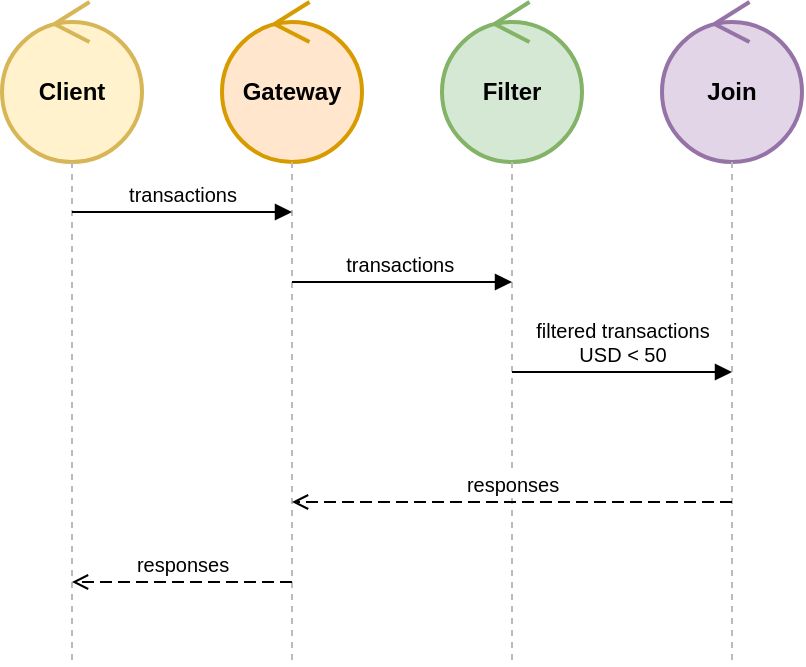
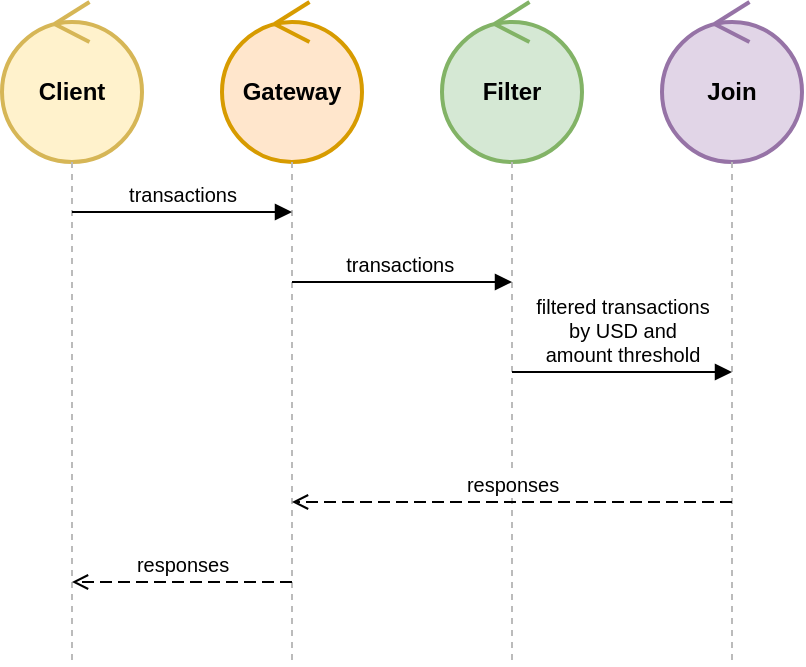
- <mxfile host="Electron">
+ <mxfile host="Electron" agent="Mozilla/5.0 (X11; Linux x86_64) AppleWebKit/537.36 (KHTML, like Gecko) draw.io/29.6.1 Chrome/142.0.7444.265 Electron/39.5.2 Safari/537.36" version="29.6.1">
  <diagram id="4eN0XB-g2W9Q-yjO4qrY" name="Página-1">
-     <mxGraphModel dx="1139" dy="539" grid="1" gridSize="10" guides="1" tooltips="1" connect="1" arrows="1" fold="1" page="1" pageScale="1" pageWidth="1654" pageHeight="1169" math="0" shadow="0">
+     <mxGraphModel dx="712" dy="486" grid="1" gridSize="10" guides="1" tooltips="1" connect="1" arrows="1" fold="1" page="1" pageScale="1" pageWidth="1654" pageHeight="1169" math="0" shadow="0">
      <root>
        <mxCell id="0" />
        <mxCell id="1" parent="0" />
        <mxCell id="2" parent="1" style="ellipse;shape=umlControl;whiteSpace=wrap;html=1;strokeWidth=2;fillColor=#fff2cc;strokeColor=#d6b656;" value="&lt;b&gt;Client&lt;/b&gt;" vertex="1">
          <mxGeometry height="80" width="70" x="40" y="15" as="geometry" />
        </mxCell>
        <mxCell id="3" parent="1" style="ellipse;shape=umlControl;whiteSpace=wrap;html=1;strokeWidth=2;fillColor=#ffe6cc;strokeColor=#d79b00;" value="&lt;b&gt;Gateway&lt;/b&gt;" vertex="1">
          <mxGeometry height="80" width="70" x="150" y="15" as="geometry" />
        </mxCell>
        <mxCell id="4" parent="1" style="ellipse;shape=umlControl;whiteSpace=wrap;html=1;strokeWidth=2;fillColor=#d5e8d4;strokeColor=#82b366;" value="&lt;b&gt;Filter&lt;/b&gt;" vertex="1">
          <mxGeometry height="80" width="70" x="260" y="15" as="geometry" />
        </mxCell>
        <mxCell id="5" parent="1" style="ellipse;shape=umlControl;whiteSpace=wrap;html=1;strokeWidth=2;fillColor=#e1d5e7;strokeColor=#9673a6;" value="&lt;b&gt;Join&lt;/b&gt;" vertex="1">
          <mxGeometry height="80" width="70" x="370" y="15" as="geometry" />
        </mxCell>
        <mxCell id="11" edge="1" parent="1" style="endArrow=none;html=1;dashed=1;strokeColor=#BBBBBB;strokeWidth=1;">
          <mxGeometry relative="1" as="geometry">
            <mxPoint x="75" y="95" as="sourcePoint" />
            <mxPoint x="75" y="345" as="targetPoint" />
          </mxGeometry>
        </mxCell>
        <mxCell id="12" edge="1" parent="1" style="endArrow=none;html=1;dashed=1;strokeColor=#BBBBBB;strokeWidth=1;">
          <mxGeometry relative="1" as="geometry">
            <mxPoint x="185" y="95" as="sourcePoint" />
            <mxPoint x="185" y="345" as="targetPoint" />
          </mxGeometry>
        </mxCell>
        <mxCell id="13" edge="1" parent="1" style="endArrow=none;html=1;dashed=1;strokeColor=#BBBBBB;strokeWidth=1;">
          <mxGeometry relative="1" as="geometry">
            <mxPoint x="295" y="95" as="sourcePoint" />
            <mxPoint x="295" y="345" as="targetPoint" />
          </mxGeometry>
        </mxCell>
        <mxCell id="14" edge="1" parent="1" style="endArrow=none;html=1;dashed=1;strokeColor=#BBBBBB;strokeWidth=1;">
          <mxGeometry relative="1" as="geometry">
            <mxPoint x="405" y="95" as="sourcePoint" />
            <mxPoint x="405" y="345" as="targetPoint" />
          </mxGeometry>
        </mxCell>
        <mxCell id="21" edge="1" parent="1" style="endArrow=block;endFill=1;html=1;fontSize=10;verticalAlign=bottom;" value="transactions">
          <mxGeometry relative="1" as="geometry">
            <mxPoint x="75" y="120" as="sourcePoint" />
            <mxPoint x="185" y="120" as="targetPoint" />
          </mxGeometry>
        </mxCell>
        <mxCell id="22" edge="1" parent="1" style="endArrow=block;endFill=1;html=1;fontSize=10;verticalAlign=bottom;" value="transactions&amp;nbsp;">
          <mxGeometry relative="1" as="geometry">
            <mxPoint x="185" y="155" as="sourcePoint" />
            <mxPoint x="295" y="155" as="targetPoint" />
          </mxGeometry>
        </mxCell>
-         <mxCell id="34" edge="1" parent="1" style="endArrow=block;endFill=1;html=1;fontSize=10;verticalAlign=bottom;" value="filtered transactions&lt;div&gt;USD &lt; 50&lt;/div&gt;">
+         <mxCell id="34" edge="1" parent="1" style="endArrow=block;endFill=1;html=1;fontSize=10;verticalAlign=bottom;" value="filtered transactions&lt;div&gt;by&amp;nbsp;&lt;span style=&quot;background-color: light-dark(#ffffff, var(--ge-dark-color, #121212)); color: light-dark(rgb(0, 0, 0), rgb(255, 255, 255));&quot;&gt;USD and&lt;/span&gt;&lt;/div&gt;&lt;div&gt;&lt;span style=&quot;background-color: light-dark(#ffffff, var(--ge-dark-color, #121212)); color: light-dark(rgb(0, 0, 0), rgb(255, 255, 255));&quot;&gt;amount threshold&lt;/span&gt;&lt;/div&gt;">
          <mxGeometry relative="1" as="geometry">
            <mxPoint x="295" y="200" as="sourcePoint" />
            <mxPoint x="405" y="200" as="targetPoint" />
          </mxGeometry>
        </mxCell>
        <mxCell id="43" edge="1" parent="1" style="endArrow=open;endFill=0;html=1;fontSize=10;verticalAlign=bottom;dashed=1;dashPattern=6 3;" value="responses">
          <mxGeometry relative="1" as="geometry">
            <mxPoint x="405" y="265" as="sourcePoint" />
            <mxPoint x="185" y="265" as="targetPoint" />
          </mxGeometry>
        </mxCell>
        <mxCell id="44" edge="1" parent="1" style="endArrow=open;endFill=0;html=1;fontSize=10;verticalAlign=bottom;dashed=1;dashPattern=6 3;" value="responses">
          <mxGeometry relative="1" as="geometry">
            <mxPoint x="185" y="305" as="sourcePoint" />
            <mxPoint x="75" y="305" as="targetPoint" />
          </mxGeometry>
        </mxCell>
      </root>
    </mxGraphModel>
  </diagram>
</mxfile>
